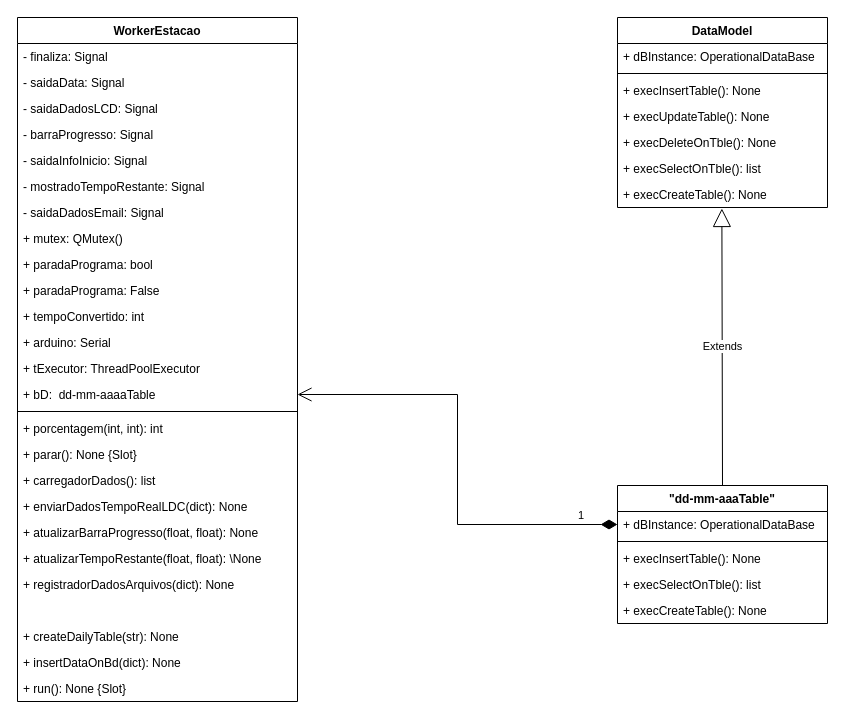
This is page "Relacionamento DB - DataGetter" (5 of 5) of EstruturaObtencaoDeDados.drawio from Fat83dotcom/Interface_Estacao, a draw.io file, before an edit. Source tidied: cells renumbered, new cells numbered last; positions are measured from the earlier drawing's top-left corner, leaving out a move shared by most shapes. Both pictures are drawn from the tidied source at 100%, with x=0, y=0 at pixel (17, 17).
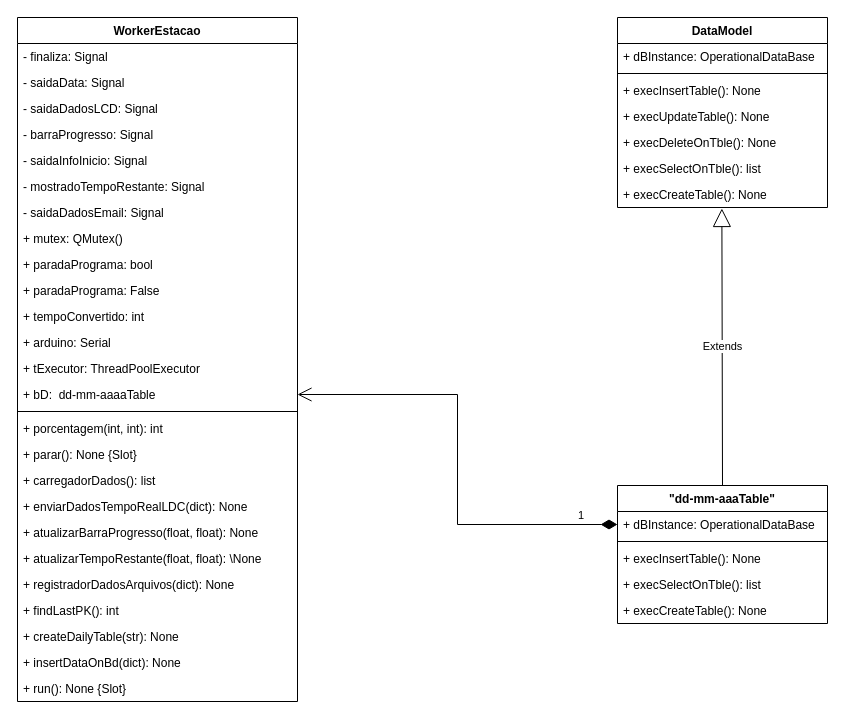
The same diagram, later.

Commit message (it also covers changes not shown here):
Modelo de Projeto.

The change refers to these unchanged cells:
```xml
<mxCell id="2" value="WorkerEstacao" style="swimlane;fontStyle=1;align=center;verticalAlign=top;horizontal=1;startSize=26;fillColor=none;" parent="1" vertex="1">
  <mxGeometry width="280" height="684" as="geometry" />
</mxCell>
```

Diff of the diagram source:
```diff
@@
-    <mxCell id="25" style="text;strokeColor=none;fillColor=none;align=left;verticalAlign=top;spacingLeft=4;spacingRight=4;overflow=hidden;" parent="2" vertex="1">
+    <mxCell id="25" value="+ findLastPK(): int" style="text;strokeColor=none;fillColor=none;align=left;verticalAlign=top;spacingLeft=4;spacingRight=4;overflow=hidden;" parent="2" vertex="1">
       <mxGeometry y="580" width="280" height="26" as="geometry" />
     </mxCell>
```
